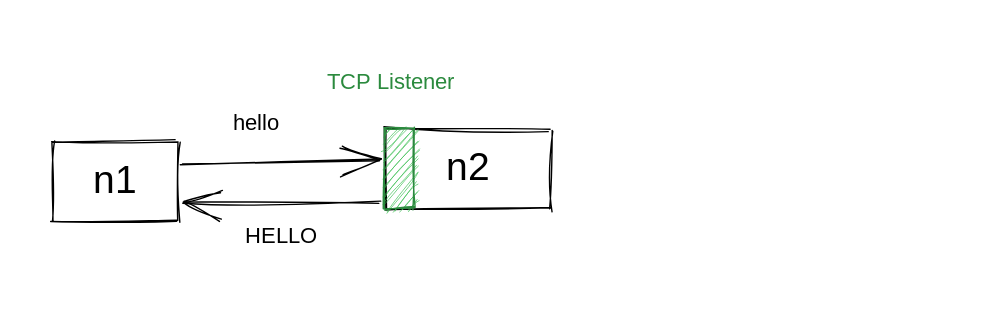
Above: .gitbook/assets/file.excalidraw.svg in build-trust/ockam-documentation (Excalidraw), before the change. Source tidied: one line per element, renumbered; positions are measured from the earlier drawing's top-left corner, leaving out a move shared by most shapes.
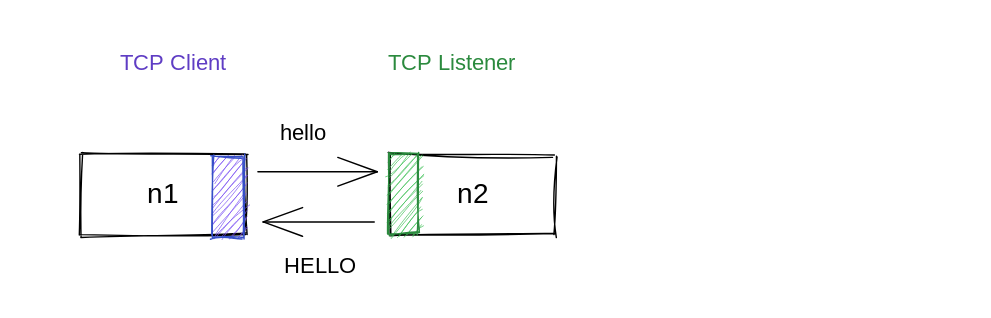
After the commit.

Commit message:
GITBOOK-894: change request with no subject merged in GitBook

What changed in the source:
```diff
@@ -1,11 +1,13 @@
-{"id": 0, "type": "rectangle", "strokeColor": "#000000", "strokeWidth": 1, "roughness": 1, "x": 28, "y": 92, "width": 89, "height": 57}
-{"id": 1, "type": "text", "text": "n1", "strokeColor": "#000000", "strokeWidth": 1, "roughness": 1, "fontSize": 28, "fontFamily": 1, "textAlign": "center", "verticalAlign": "middle", "inside": 0, "x": 61, "y": 103, "width": 23, "height": 35}
-{"id": 2, "type": "rectangle", "strokeColor": "#000000", "strokeWidth": 1, "roughness": 1, "x": 266, "y": 82, "width": 118, "height": 57}
+{"id": 2, "type": "rectangle", "strokeColor": "#000000", "strokeWidth": 1, "roughness": 1, "x": 266, "y": 83, "width": 118, "height": 57}
-{"id": 3, "type": "text", "text": "n2", "strokeColor": "#000000", "strokeWidth": 1, "roughness": 1, "fontSize": 28, "fontFamily": 1, "textAlign": "center", "verticalAlign": "middle", "inside": 2, "x": 307, "y": 93, "width": 35, "height": 35}
+{"id": 3, "type": "text", "text": "n2", "strokeColor": "#000000", "strokeWidth": 1, "roughness": 1, "fontSize": 20, "fontFamily": 1, "textAlign": "center", "verticalAlign": "middle", "inside": 2, "x": 312, "y": 99, "width": 26, "height": 25}
-{"id": 4, "type": "arrow", "strokeColor": "#000000", "strokeWidth": 1, "roughness": 1, "endArrowhead": "arrow", "round": true, "from": 0, "to": 9, "x": 120, "y": 106, "width": 143, "height": 2, "points": [[0, 0], [143, -2]]}
-{"id": 5, "type": "arrow", "strokeColor": "#000000", "strokeWidth": 1, "roughness": 1, "endArrowhead": "arrow", "from": 9, "to": 0, "x": 262, "y": 134, "width": 142, "height": 2, "points": [[0, 0], [-142, 2]]}
-{"id": 6, "type": "text", "text": "hello", "strokeColor": "#000000", "strokeWidth": 1, "roughness": 1, "fontSize": 16, "fontFamily": 1, "x": 156, "y": 69, "width": 36, "height": 20}
-{"id": 7, "type": "text", "text": "HELLO", "strokeColor": "#000000", "strokeWidth": 1, "roughness": 1, "fontSize": 16, "fontFamily": 1, "x": 165, "y": 149, "width": 52, "height": 20}
-{"id": 8, "type": "text", "text": "TCP Listener", "strokeColor": "#2b8a3e", "strokeWidth": 1, "roughness": 1, "fontSize": 16, "fontFamily": 1, "x": 223, "y": 40, "width": 106, "height": 20}
+{"id": 8, "type": "text", "text": "TCP Listener", "strokeColor": "#2b8a3e", "strokeWidth": 1, "roughness": 1, "fontSize": 16, "fontFamily": 1, "x": 264, "y": 8, "width": 106, "height": 20}
 {"id": 9, "type": "rectangle", "strokeColor": "#2b8a3e", "backgroundColor": "#40c057", "fillStyle": "hachure", "strokeWidth": 1, "roughness": 1, "x": 264, "y": 81, "width": 21, "height": 58}
-{"id": 10, "type": "rectangle", "strokeColor": "transparent", "strokeWidth": 1, "roughness": 1, "round": true, "x": 0, "y": 0, "width": 688, "height": 207}
+{"id": 10, "type": "rectangle", "strokeColor": "transparent", "strokeWidth": 1, "roughness": 1, "round": true, "x": -3, "y": -18, "width": 688, "height": 207}
+{"id": 11, "type": "text", "text": "TCP Client", "strokeColor": "#5f3dc4", "strokeWidth": 1, "roughness": 1, "fontSize": 16, "fontFamily": 1, "x": 73, "y": 8, "width": 87, "height": 20}
+{"id": 12, "type": "rectangle", "strokeColor": "#000000", "strokeWidth": 1, "roughness": 1, "x": 45, "y": 83, "width": 118, "height": 57}
+{"id": 1, "type": "text", "text": "n1", "strokeColor": "#000000", "strokeWidth": 1, "roughness": 1, "fontSize": 20, "fontFamily": 1, "textAlign": "center", "verticalAlign": "middle", "inside": 12, "x": 95, "y": 99, "width": 17, "height": 25}
+{"id": 13, "type": "rectangle", "strokeColor": "#364fc7", "backgroundColor": "#7950f2", "fillStyle": "hachure", "strokeWidth": 1, "roughness": 1, "x": 139, "y": 83, "width": 21, "height": 58}
+{"id": 14, "type": "arrow", "strokeColor": "#000000", "backgroundColor": "#7950f2", "fillStyle": "hachure", "strokeWidth": 1, "roughness": 0, "endArrowhead": "arrow", "round": true, "from": 13, "to": 9, "x": 171, "y": 95, "width": 85, "height": 0, "points": [[0, 0], [85, 0]]}
+{"id": 15, "type": "arrow", "strokeColor": "#000000", "backgroundColor": "#7950f2", "fillStyle": "hachure", "strokeWidth": 1, "roughness": 0, "startArrowhead": "arrow", "round": true, "from": 13, "to": 9, "x": 175, "y": 130, "width": 79, "height": 0, "points": [[0, 0], [79, 0]]}
+{"id": 7, "type": "text", "text": "HELLO", "strokeColor": "#000000", "strokeWidth": 1, "roughness": 1, "fontSize": 16, "fontFamily": 1, "x": 190, "y": 153, "width": 52, "height": 20}
+{"id": 6, "type": "text", "text": "hello", "strokeColor": "#000000", "strokeWidth": 1, "roughness": 1, "fontSize": 16, "fontFamily": 1, "x": 187, "y": 58, "width": 36, "height": 20}
```
